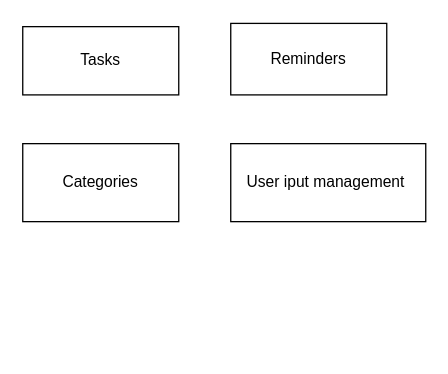
Nerd-Choco/NeuroBuddy keeps this draw.io diagram as page "Functionality" (2 of 2) of NeuroBuddy.drawio. Above is the earlier version. Source tidied: cells renumbered, new cells numbered last; positions are measured from the earlier drawing's top-left corner, leaving out a move shared by most shapes. Both pictures are drawn from the tidied source at 130%, with x=0, y=0 at pixel (22, 23).
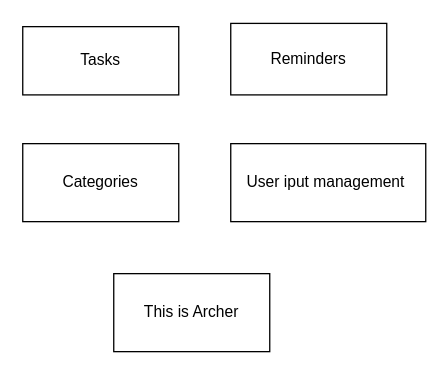
Above is the later version.

Commit message (it also covers changes not shown here):
Archer has edited drawio file

Change to the diagram source:
```diff
@@
 <mxGraphModel>
   <root>
     <mxCell id="0" />
     <mxCell id="1" parent="0" />
     <mxCell id="2" style="edgeStyle=orthogonalEdgeStyle;rounded=0;orthogonalLoop=1;jettySize=auto;html=1;exitX=0.5;exitY=1;exitDx=0;exitDy=0;" parent="1" edge="1">
       <mxGeometry relative="1" as="geometry">
         <mxPoint x="85" y="32" as="sourcePoint" />
         <mxPoint x="85" y="32" as="targetPoint" />
       </mxGeometry>
     </mxCell>
     <mxCell id="3" value="Tasks" style="whiteSpace=wrap;html=1;" parent="1" vertex="1">
       <mxGeometry y="2" width="120" height="52.5" as="geometry" />
     </mxCell>
     <mxCell id="4" value="Categories" style="whiteSpace=wrap;html=1;" parent="1" vertex="1">
       <mxGeometry y="92" width="120" height="60" as="geometry" />
     </mxCell>
     <mxCell id="5" value="Reminders" style="whiteSpace=wrap;html=1;" parent="1" vertex="1">
       <mxGeometry x="160" y="-0.5" width="120" height="55" as="geometry" />
     </mxCell>
     <mxCell id="6" value="User iput management&amp;nbsp;" style="whiteSpace=wrap;html=1;" parent="1" vertex="1">
       <mxGeometry x="160" y="92" width="150" height="60" as="geometry" />
     </mxCell>
+    <mxCell id="7" value="This is Archer" style="whiteSpace=wrap;html=1;" parent="1" vertex="1">
+      <mxGeometry x="70" y="192" width="120" height="60" as="geometry" />
+    </mxCell>
   </root>
 </mxGraphModel>
```
